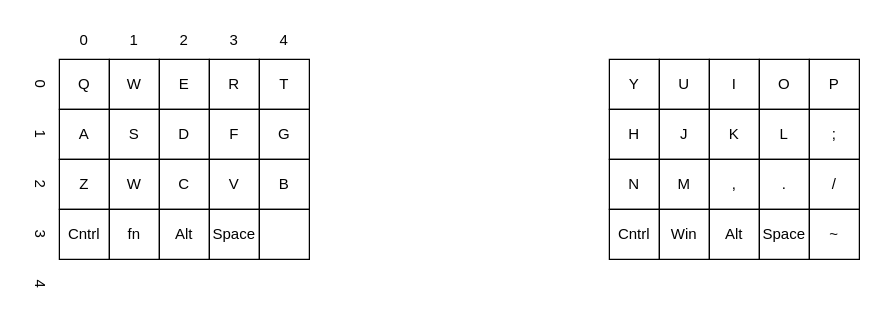
Before: protoKeyLayout.drawio in ppw0021/key_pro, a draw.io diagram. Source tidied: cells renumbered, new cells numbered last; positions are measured from the earlier drawing's top-left corner, leaving out a move shared by most shapes. Both pictures are drawn from the tidied source at 125%, with x=0, y=0 at pixel (-85, 21).
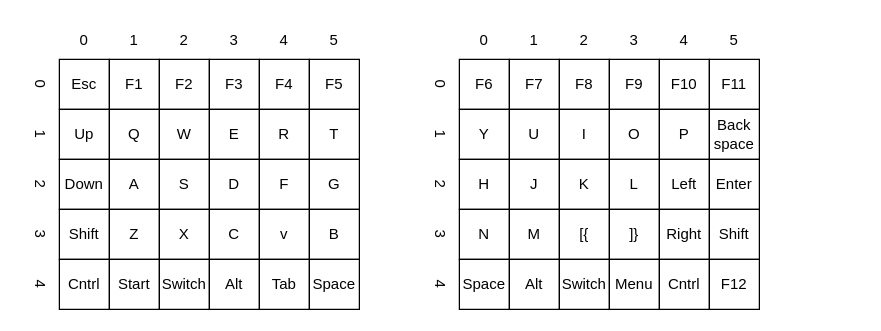
After the change.

The edit, as a diff of the source:
```diff
@@
-    <mxCell id="2" value="Q" style="rounded=0;whiteSpace=wrap;html=1;" parent="1" vertex="1">
+    <mxCell id="2" value="Esc" style="rounded=0;whiteSpace=wrap;html=1;" parent="1" vertex="1">
       <mxGeometry x="115" y="30" width="40" height="40" as="geometry" />
     </mxCell>
-    <mxCell id="3" value="W" style="rounded=0;whiteSpace=wrap;html=1;" parent="1" vertex="1">
+    <mxCell id="3" value="F1" style="rounded=0;whiteSpace=wrap;html=1;" parent="1" vertex="1">
       <mxGeometry x="155" y="30" width="40" height="40" as="geometry" />
     </mxCell>
-    <mxCell id="4" value="E" style="rounded=0;whiteSpace=wrap;html=1;" parent="1" vertex="1">
+    <mxCell id="4" value="F2" style="rounded=0;whiteSpace=wrap;html=1;" parent="1" vertex="1">
       <mxGeometry x="195" y="30" width="40" height="40" as="geometry" />
     </mxCell>
-    <mxCell id="5" value="R" style="rounded=0;whiteSpace=wrap;html=1;" parent="1" vertex="1">
+    <mxCell id="5" value="F3" style="rounded=0;whiteSpace=wrap;html=1;" parent="1" vertex="1">
       <mxGeometry x="235" y="30" width="40" height="40" as="geometry" />
     </mxCell>
-    <mxCell id="6" value="T" style="rounded=0;whiteSpace=wrap;html=1;" parent="1" vertex="1">
+    <mxCell id="6" value="F4" style="rounded=0;whiteSpace=wrap;html=1;" parent="1" vertex="1">
       <mxGeometry x="275" y="30" width="40" height="40" as="geometry" />
     </mxCell>
-    <mxCell id="7" value="A" style="rounded=0;whiteSpace=wrap;html=1;" parent="1" vertex="1">
+    <mxCell id="7" value="Up" style="rounded=0;whiteSpace=wrap;html=1;" parent="1" vertex="1">
       <mxGeometry x="115" y="70" width="40" height="40" as="geometry" />
     </mxCell>
-    <mxCell id="8" value="S" style="rounded=0;whiteSpace=wrap;html=1;" parent="1" vertex="1">
+    <mxCell id="8" value="Q" style="rounded=0;whiteSpace=wrap;html=1;" parent="1" vertex="1">
       <mxGeometry x="155" y="70" width="40" height="40" as="geometry" />
     </mxCell>
-    <mxCell id="9" value="D" style="rounded=0;whiteSpace=wrap;html=1;" parent="1" vertex="1">
+    <mxCell id="9" value="W" style="rounded=0;whiteSpace=wrap;html=1;" parent="1" vertex="1">
       <mxGeometry x="195" y="70" width="40" height="40" as="geometry" />
     </mxCell>
-    <mxCell id="10" value="F" style="rounded=0;whiteSpace=wrap;html=1;" parent="1" vertex="1">
+    <mxCell id="10" value="E" style="rounded=0;whiteSpace=wrap;html=1;" parent="1" vertex="1">
       <mxGeometry x="235" y="70" width="40" height="40" as="geometry" />
     </mxCell>
-    <mxCell id="11" value="G" style="rounded=0;whiteSpace=wrap;html=1;" parent="1" vertex="1">
+    <mxCell id="11" value="R" style="rounded=0;whiteSpace=wrap;html=1;" parent="1" vertex="1">
       <mxGeometry x="275" y="70" width="40" height="40" as="geometry" />
     </mxCell>
-    <mxCell id="12" value="Z" style="rounded=0;whiteSpace=wrap;html=1;" parent="1" vertex="1">
+    <mxCell id="12" value="Down" style="rounded=0;whiteSpace=wrap;html=1;" parent="1" vertex="1">
       <mxGeometry x="115" y="110" width="40" height="40" as="geometry" />
     </mxCell>
-    <mxCell id="13" value="W" style="rounded=0;whiteSpace=wrap;html=1;" parent="1" vertex="1">
+    <mxCell id="13" value="A" style="rounded=0;whiteSpace=wrap;html=1;" parent="1" vertex="1">
       <mxGeometry x="155" y="110" width="40" height="40" as="geometry" />
     </mxCell>
-    <mxCell id="14" value="C" style="rounded=0;whiteSpace=wrap;html=1;" parent="1" vertex="1">
+    <mxCell id="14" value="S" style="rounded=0;whiteSpace=wrap;html=1;" parent="1" vertex="1">
       <mxGeometry x="195" y="110" width="40" height="40" as="geometry" />
     </mxCell>
-    <mxCell id="15" value="V" style="rounded=0;whiteSpace=wrap;html=1;" parent="1" vertex="1">
+    <mxCell id="15" value="D" style="rounded=0;whiteSpace=wrap;html=1;" parent="1" vertex="1">
       <mxGeometry x="235" y="110" width="40" height="40" as="geometry" />
     </mxCell>
-    <mxCell id="16" value="B" style="rounded=0;whiteSpace=wrap;html=1;" parent="1" vertex="1">
+    <mxCell id="16" value="F" style="rounded=0;whiteSpace=wrap;html=1;" parent="1" vertex="1">
       <mxGeometry x="275" y="110" width="40" height="40" as="geometry" />
     </mxCell>
-    <mxCell id="17" value="Cntrl" style="rounded=0;whiteSpace=wrap;html=1;" parent="1" vertex="1">
+    <mxCell id="17" value="Shift" style="rounded=0;whiteSpace=wrap;html=1;" parent="1" vertex="1">
       <mxGeometry x="115" y="150" width="40" height="40" as="geometry" />
     </mxCell>
-    <mxCell id="18" value="fn" style="rounded=0;whiteSpace=wrap;html=1;" parent="1" vertex="1">
+    <mxCell id="18" value="Z" style="rounded=0;whiteSpace=wrap;html=1;" parent="1" vertex="1">
       <mxGeometry x="155" y="150" width="40" height="40" as="geometry" />
     </mxCell>
-    <mxCell id="19" value="Alt" style="rounded=0;whiteSpace=wrap;html=1;" parent="1" vertex="1">
+    <mxCell id="19" value="X" style="rounded=0;whiteSpace=wrap;html=1;" parent="1" vertex="1">
       <mxGeometry x="195" y="150" width="40" height="40" as="geometry" />
     </mxCell>
-    <mxCell id="20" value="Space" style="rounded=0;whiteSpace=wrap;html=1;" parent="1" vertex="1">
+    <mxCell id="20" value="C" style="rounded=0;whiteSpace=wrap;html=1;" parent="1" vertex="1">
       <mxGeometry x="235" y="150" width="40" height="40" as="geometry" />
     </mxCell>
-    <mxCell id="21" style="rounded=0;whiteSpace=wrap;html=1;" parent="1" vertex="1">
+    <mxCell id="21" value="v" style="rounded=0;whiteSpace=wrap;html=1;" parent="1" vertex="1">
       <mxGeometry x="275" y="150" width="40" height="40" as="geometry" />
     </mxCell>
+    <mxCell id="42" value="0&amp;nbsp; &amp;nbsp; &amp;nbsp; &amp;nbsp; &amp;nbsp; 1&amp;nbsp; &amp;nbsp; &amp;nbsp; &amp;nbsp; &amp;nbsp; 2&amp;nbsp; &amp;nbsp; &amp;nbsp; &amp;nbsp; &amp;nbsp; 3&amp;nbsp; &amp;nbsp; &amp;nbsp; &amp;nbsp; &amp;nbsp; 4&amp;nbsp; &amp;nbsp; &amp;nbsp; &amp;nbsp; &amp;nbsp;&amp;nbsp;5" style="text;html=1;align=center;verticalAlign=middle;whiteSpace=wrap;rounded=0;" parent="1" vertex="1">
+      <mxGeometry x="115" width="240" height="30" as="geometry" />
+    </mxCell>
+    <mxCell id="43" value="0&amp;nbsp; &amp;nbsp; &amp;nbsp; &amp;nbsp; &amp;nbsp; 1&amp;nbsp; &amp;nbsp; &amp;nbsp; &amp;nbsp; &amp;nbsp; 2&amp;nbsp; &amp;nbsp; &amp;nbsp; &amp;nbsp; &amp;nbsp; 3&amp;nbsp; &amp;nbsp; &amp;nbsp; &amp;nbsp; &amp;nbsp; 4" style="text;html=1;align=center;verticalAlign=middle;whiteSpace=wrap;rounded=0;rotation=90;" parent="1" vertex="1">
+      <mxGeometry y="115" width="200" height="30" as="geometry" />
+    </mxCell>
+    <mxCell id="44" value="F5" style="rounded=0;whiteSpace=wrap;html=1;" parent="1" vertex="1">
+      <mxGeometry x="315" y="30" width="40" height="40" as="geometry" />
+    </mxCell>
+    <mxCell id="45" value="T" style="rounded=0;whiteSpace=wrap;html=1;" parent="1" vertex="1">
+      <mxGeometry x="315" y="70" width="40" height="40" as="geometry" />
+    </mxCell>
+    <mxCell id="46" value="G" style="rounded=0;whiteSpace=wrap;html=1;" parent="1" vertex="1">
+      <mxGeometry x="315" y="110" width="40" height="40" as="geometry" />
+    </mxCell>
+    <mxCell id="47" value="B" style="rounded=0;whiteSpace=wrap;html=1;" parent="1" vertex="1">
+      <mxGeometry x="315" y="150" width="40" height="40" as="geometry" />
+    </mxCell>
+    <mxCell id="48" value="Cntrl" style="rounded=0;whiteSpace=wrap;html=1;" parent="1" vertex="1">
+      <mxGeometry x="115" y="190" width="40" height="40" as="geometry" />
+    </mxCell>
+    <mxCell id="49" value="Start" style="rounded=0;whiteSpace=wrap;html=1;" parent="1" vertex="1">
+      <mxGeometry x="155" y="190" width="40" height="40" as="geometry" />
+    </mxCell>
+    <mxCell id="50" value="Switch" style="rounded=0;whiteSpace=wrap;html=1;" parent="1" vertex="1">
+      <mxGeometry x="195" y="190" width="40" height="40" as="geometry" />
+    </mxCell>
+    <mxCell id="51" value="Alt" style="rounded=0;whiteSpace=wrap;html=1;" parent="1" vertex="1">
+      <mxGeometry x="235" y="190" width="40" height="40" as="geometry" />
+    </mxCell>
+    <mxCell id="52" value="Tab" style="rounded=0;whiteSpace=wrap;html=1;" parent="1" vertex="1">
+      <mxGeometry x="275" y="190" width="40" height="40" as="geometry" />
+    </mxCell>
+    <mxCell id="53" value="Space" style="rounded=0;whiteSpace=wrap;html=1;" parent="1" vertex="1">
+      <mxGeometry x="315" y="190" width="40" height="40" as="geometry" />
+    </mxCell>
+    <mxCell id="54" value="F6" style="rounded=0;whiteSpace=wrap;html=1;" parent="1" vertex="1">
+      <mxGeometry x="435" y="30" width="40" height="40" as="geometry" />
+    </mxCell>
+    <mxCell id="55" value="F7" style="rounded=0;whiteSpace=wrap;html=1;" parent="1" vertex="1">
+      <mxGeometry x="475" y="30" width="40" height="40" as="geometry" />
+    </mxCell>
+    <mxCell id="56" value="F8" style="rounded=0;whiteSpace=wrap;html=1;" parent="1" vertex="1">
+      <mxGeometry x="515" y="30" width="40" height="40" as="geometry" />
+    </mxCell>
+    <mxCell id="57" value="F9" style="rounded=0;whiteSpace=wrap;html=1;" parent="1" vertex="1">
+      <mxGeometry x="555" y="30" width="40" height="40" as="geometry" />
+    </mxCell>
+    <mxCell id="58" value="F10" style="rounded=0;whiteSpace=wrap;html=1;" parent="1" vertex="1">
+      <mxGeometry x="595" y="30" width="40" height="40" as="geometry" />
+    </mxCell>
     <mxCell id="22" value="Y" style="rounded=0;whiteSpace=wrap;html=1;" parent="1" vertex="1">
-      <mxGeometry x="555" y="30" width="40" height="40" as="geometry" />
+      <mxGeometry x="435" y="70" width="40" height="40" as="geometry" />
     </mxCell>
     <mxCell id="23" value="U" style="rounded=0;whiteSpace=wrap;html=1;" parent="1" vertex="1">
-      <mxGeometry x="595" y="30" width="40" height="40" as="geometry" />
+      <mxGeometry x="475" y="70" width="40" height="40" as="geometry" />
     </mxCell>
     <mxCell id="24" value="I" style="rounded=0;whiteSpace=wrap;html=1;" parent="1" vertex="1">
-      <mxGeometry x="635" y="30" width="40" height="40" as="geometry" />
+      <mxGeometry x="515" y="70" width="40" height="40" as="geometry" />
     </mxCell>
     <mxCell id="25" value="O" style="rounded=0;whiteSpace=wrap;html=1;" parent="1" vertex="1">
-      <mxGeometry x="675" y="30" width="40" height="40" as="geometry" />
+      <mxGeometry x="555" y="70" width="40" height="40" as="geometry" />
     </mxCell>
     <mxCell id="26" value="P" style="rounded=0;whiteSpace=wrap;html=1;" parent="1" vertex="1">
-      <mxGeometry x="715" y="30" width="40" height="40" as="geometry" />
+      <mxGeometry x="595" y="70" width="40" height="40" as="geometry" />
     </mxCell>
     <mxCell id="27" value="H" style="rounded=0;whiteSpace=wrap;html=1;" parent="1" vertex="1">
-      <mxGeometry x="555" y="70" width="40" height="40" as="geometry" />
+      <mxGeometry x="435" y="110" width="40" height="40" as="geometry" />
     </mxCell>
     <mxCell id="28" value="J" style="rounded=0;whiteSpace=wrap;html=1;" parent="1" vertex="1">
-      <mxGeometry x="595" y="70" width="40" height="40" as="geometry" />
+      <mxGeometry x="475" y="110" width="40" height="40" as="geometry" />
     </mxCell>
     <mxCell id="29" value="K" style="rounded=0;whiteSpace=wrap;html=1;" parent="1" vertex="1">
-      <mxGeometry x="635" y="70" width="40" height="40" as="geometry" />
+      <mxGeometry x="515" y="110" width="40" height="40" as="geometry" />
     </mxCell>
     <mxCell id="30" value="L" style="rounded=0;whiteSpace=wrap;html=1;" parent="1" vertex="1">
-      <mxGeometry x="675" y="70" width="40" height="40" as="geometry" />
+      <mxGeometry x="555" y="110" width="40" height="40" as="geometry" />
     </mxCell>
-    <mxCell id="31" value=";" style="rounded=0;whiteSpace=wrap;html=1;" parent="1" vertex="1">
-      <mxGeometry x="715" y="70" width="40" height="40" as="geometry" />
-    </mxCell>
+    <mxCell id="59" value="Left" style="rounded=0;whiteSpace=wrap;html=1;" parent="1" vertex="1">
+      <mxGeometry x="595" y="110" width="40" height="40" as="geometry" />
+    </mxCell>
     <mxCell id="32" value="N" style="rounded=0;whiteSpace=wrap;html=1;" parent="1" vertex="1">
-      <mxGeometry x="555" y="110" width="40" height="40" as="geometry" />
+      <mxGeometry x="435" y="150" width="40" height="40" as="geometry" />
     </mxCell>
     <mxCell id="33" value="M" style="rounded=0;whiteSpace=wrap;html=1;" parent="1" vertex="1">
-      <mxGeometry x="595" y="110" width="40" height="40" as="geometry" />
+      <mxGeometry x="475" y="150" width="40" height="40" as="geometry" />
     </mxCell>
-    <mxCell id="34" value="," style="rounded=0;whiteSpace=wrap;html=1;" parent="1" vertex="1">
-      <mxGeometry x="635" y="110" width="40" height="40" as="geometry" />
-    </mxCell>
-    <mxCell id="35" value="." style="rounded=0;whiteSpace=wrap;html=1;" parent="1" vertex="1">
-      <mxGeometry x="675" y="110" width="40" height="40" as="geometry" />
-    </mxCell>
-    <mxCell id="36" value="/" style="rounded=0;whiteSpace=wrap;html=1;" parent="1" vertex="1">
-      <mxGeometry x="715" y="110" width="40" height="40" as="geometry" />
-    </mxCell>
-    <mxCell id="37" value="Cntrl" style="rounded=0;whiteSpace=wrap;html=1;" parent="1" vertex="1">
-      <mxGeometry x="555" y="150" width="40" height="40" as="geometry" />
-    </mxCell>
-    <mxCell id="38" value="Win" style="rounded=0;whiteSpace=wrap;html=1;" parent="1" vertex="1">
-      <mxGeometry x="595" y="150" width="40" height="40" as="geometry" />
-    </mxCell>
-    <mxCell id="39" value="Alt" style="rounded=0;whiteSpace=wrap;html=1;" parent="1" vertex="1">
-      <mxGeometry x="635" y="150" width="40" height="40" as="geometry" />
-    </mxCell>
-    <mxCell id="40" value="Space" style="rounded=0;whiteSpace=wrap;html=1;" parent="1" vertex="1">
-      <mxGeometry x="675" y="150" width="40" height="40" as="geometry" />
-    </mxCell>
-    <mxCell id="41" value="~" style="rounded=0;whiteSpace=wrap;html=1;" parent="1" vertex="1">
-      <mxGeometry x="715" y="150" width="40" height="40" as="geometry" />
-    </mxCell>
-    <mxCell id="42" value="0&amp;nbsp; &amp;nbsp; &amp;nbsp; &amp;nbsp; &amp;nbsp; 1&amp;nbsp; &amp;nbsp; &amp;nbsp; &amp;nbsp; &amp;nbsp; 2&amp;nbsp; &amp;nbsp; &amp;nbsp; &amp;nbsp; &amp;nbsp; 3&amp;nbsp; &amp;nbsp; &amp;nbsp; &amp;nbsp; &amp;nbsp; 4" style="text;html=1;align=center;verticalAlign=middle;whiteSpace=wrap;rounded=0;" parent="1" vertex="1">
-      <mxGeometry x="115" width="200" height="30" as="geometry" />
-    </mxCell>
-    <mxCell id="43" value="0&amp;nbsp; &amp;nbsp; &amp;nbsp; &amp;nbsp; &amp;nbsp; 1&amp;nbsp; &amp;nbsp; &amp;nbsp; &amp;nbsp; &amp;nbsp; 2&amp;nbsp; &amp;nbsp; &amp;nbsp; &amp;nbsp; &amp;nbsp; 3&amp;nbsp; &amp;nbsp; &amp;nbsp; &amp;nbsp; &amp;nbsp; 4" style="text;html=1;align=center;verticalAlign=middle;whiteSpace=wrap;rounded=0;rotation=90;" parent="1" vertex="1">
-      <mxGeometry y="115" width="200" height="30" as="geometry" />
-    </mxCell>
+    <mxCell id="60" value="[{" style="rounded=0;whiteSpace=wrap;html=1;" parent="1" vertex="1">
+      <mxGeometry x="515" y="150" width="40" height="40" as="geometry" />
+    </mxCell>
+    <mxCell id="61" value="]}" style="rounded=0;whiteSpace=wrap;html=1;" parent="1" vertex="1">
+      <mxGeometry x="555" y="150" width="40" height="40" as="geometry" />
+    </mxCell>
+    <mxCell id="62" value="Right" style="rounded=0;whiteSpace=wrap;html=1;" parent="1" vertex="1">
+      <mxGeometry x="595" y="150" width="40" height="40" as="geometry" />
+    </mxCell>
+    <mxCell id="63" value="0&amp;nbsp; &amp;nbsp; &amp;nbsp; &amp;nbsp; &amp;nbsp; 1&amp;nbsp; &amp;nbsp; &amp;nbsp; &amp;nbsp; &amp;nbsp; 2&amp;nbsp; &amp;nbsp; &amp;nbsp; &amp;nbsp; &amp;nbsp; 3&amp;nbsp; &amp;nbsp; &amp;nbsp; &amp;nbsp; &amp;nbsp; 4&amp;nbsp; &amp;nbsp; &amp;nbsp; &amp;nbsp; &amp;nbsp;&amp;nbsp;5" style="text;html=1;align=center;verticalAlign=middle;whiteSpace=wrap;rounded=0;" parent="1" vertex="1">
+      <mxGeometry x="435" width="240" height="30" as="geometry" />
+    </mxCell>
+    <mxCell id="64" value="0&amp;nbsp; &amp;nbsp; &amp;nbsp; &amp;nbsp; &amp;nbsp; 1&amp;nbsp; &amp;nbsp; &amp;nbsp; &amp;nbsp; &amp;nbsp; 2&amp;nbsp; &amp;nbsp; &amp;nbsp; &amp;nbsp; &amp;nbsp; 3&amp;nbsp; &amp;nbsp; &amp;nbsp; &amp;nbsp; &amp;nbsp; 4" style="text;html=1;align=center;verticalAlign=middle;whiteSpace=wrap;rounded=0;rotation=90;" parent="1" vertex="1">
+      <mxGeometry x="320" y="115" width="200" height="30" as="geometry" />
+    </mxCell>
+    <mxCell id="65" value="F11" style="rounded=0;whiteSpace=wrap;html=1;" parent="1" vertex="1">
+      <mxGeometry x="635" y="30" width="40" height="40" as="geometry" />
+    </mxCell>
+    <mxCell id="66" value="Back&lt;div&gt;space&lt;/div&gt;" style="rounded=0;whiteSpace=wrap;html=1;" parent="1" vertex="1">
+      <mxGeometry x="635" y="70" width="40" height="40" as="geometry" />
+    </mxCell>
+    <mxCell id="67" value="Enter" style="rounded=0;whiteSpace=wrap;html=1;" parent="1" vertex="1">
+      <mxGeometry x="635" y="110" width="40" height="40" as="geometry" />
+    </mxCell>
+    <mxCell id="68" value="Shift" style="rounded=0;whiteSpace=wrap;html=1;" parent="1" vertex="1">
+      <mxGeometry x="635" y="150" width="40" height="40" as="geometry" />
+    </mxCell>
+    <mxCell id="69" value="Space" style="rounded=0;whiteSpace=wrap;html=1;" parent="1" vertex="1">
+      <mxGeometry x="435" y="190" width="40" height="40" as="geometry" />
+    </mxCell>
+    <mxCell id="70" value="Alt" style="rounded=0;whiteSpace=wrap;html=1;" parent="1" vertex="1">
+      <mxGeometry x="475" y="190" width="40" height="40" as="geometry" />
+    </mxCell>
+    <mxCell id="71" value="Switch" style="rounded=0;whiteSpace=wrap;html=1;" parent="1" vertex="1">
+      <mxGeometry x="515" y="190" width="40" height="40" as="geometry" />
+    </mxCell>
+    <mxCell id="72" value="Menu" style="rounded=0;whiteSpace=wrap;html=1;" parent="1" vertex="1">
+      <mxGeometry x="555" y="190" width="40" height="40" as="geometry" />
+    </mxCell>
+    <mxCell id="73" value="Cntrl" style="rounded=0;whiteSpace=wrap;html=1;" parent="1" vertex="1">
+      <mxGeometry x="595" y="190" width="40" height="40" as="geometry" />
+    </mxCell>
+    <mxCell id="74" value="F12" style="rounded=0;whiteSpace=wrap;html=1;" parent="1" vertex="1">
+      <mxGeometry x="635" y="190" width="40" height="40" as="geometry" />
+    </mxCell>
```
